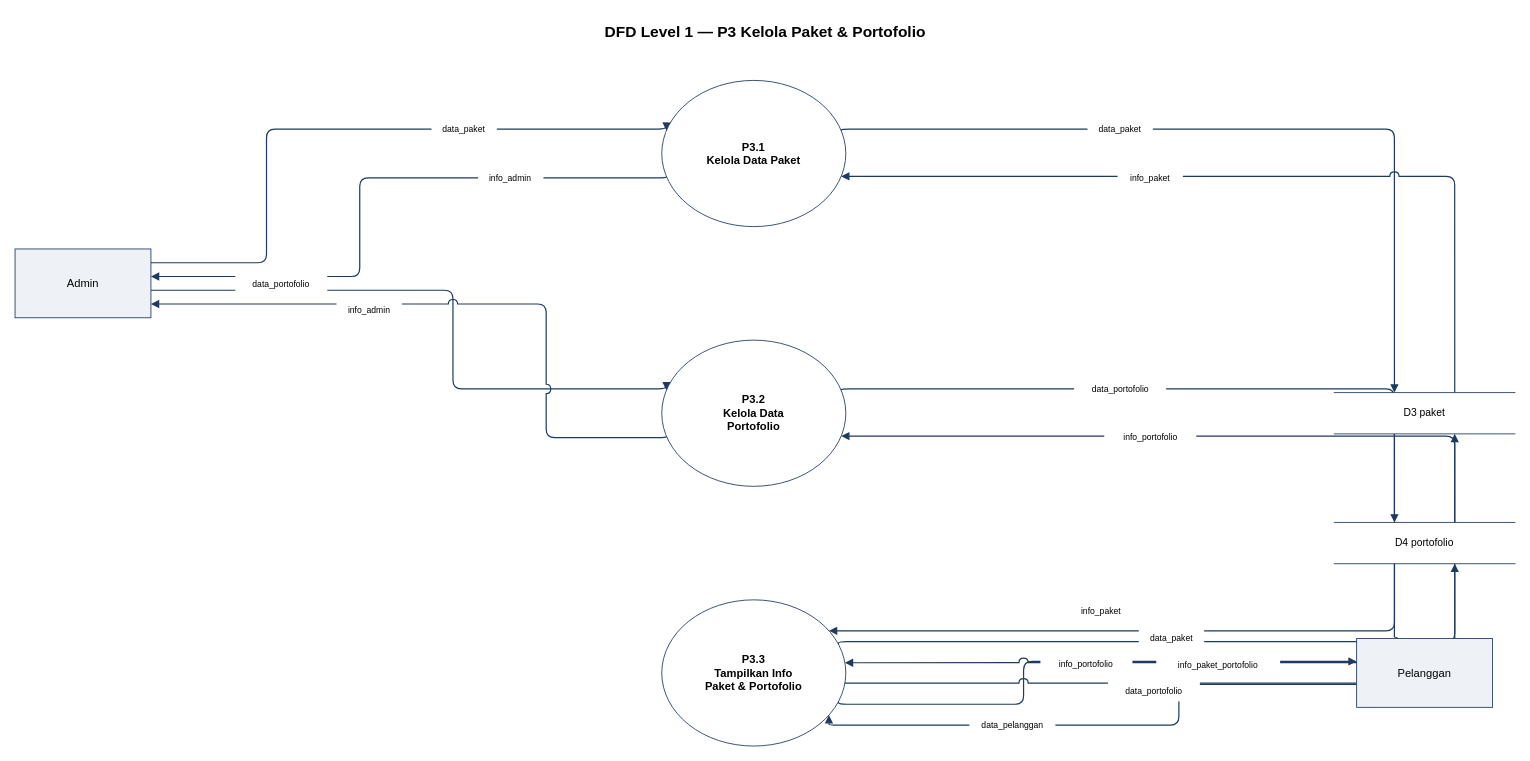
Earlier version of the draw.io diagram result/with/mellogang_dfd_level1_P3.drawio (ryuken25/diagrams). Source tidied: cells renumbered, new cells numbered last; positions are measured from the earlier drawing's top-left corner, leaving out a move shared by most shapes. Both pictures are drawn from the tidied source at 86%, with x=0, y=0 at pixel (15, 15).
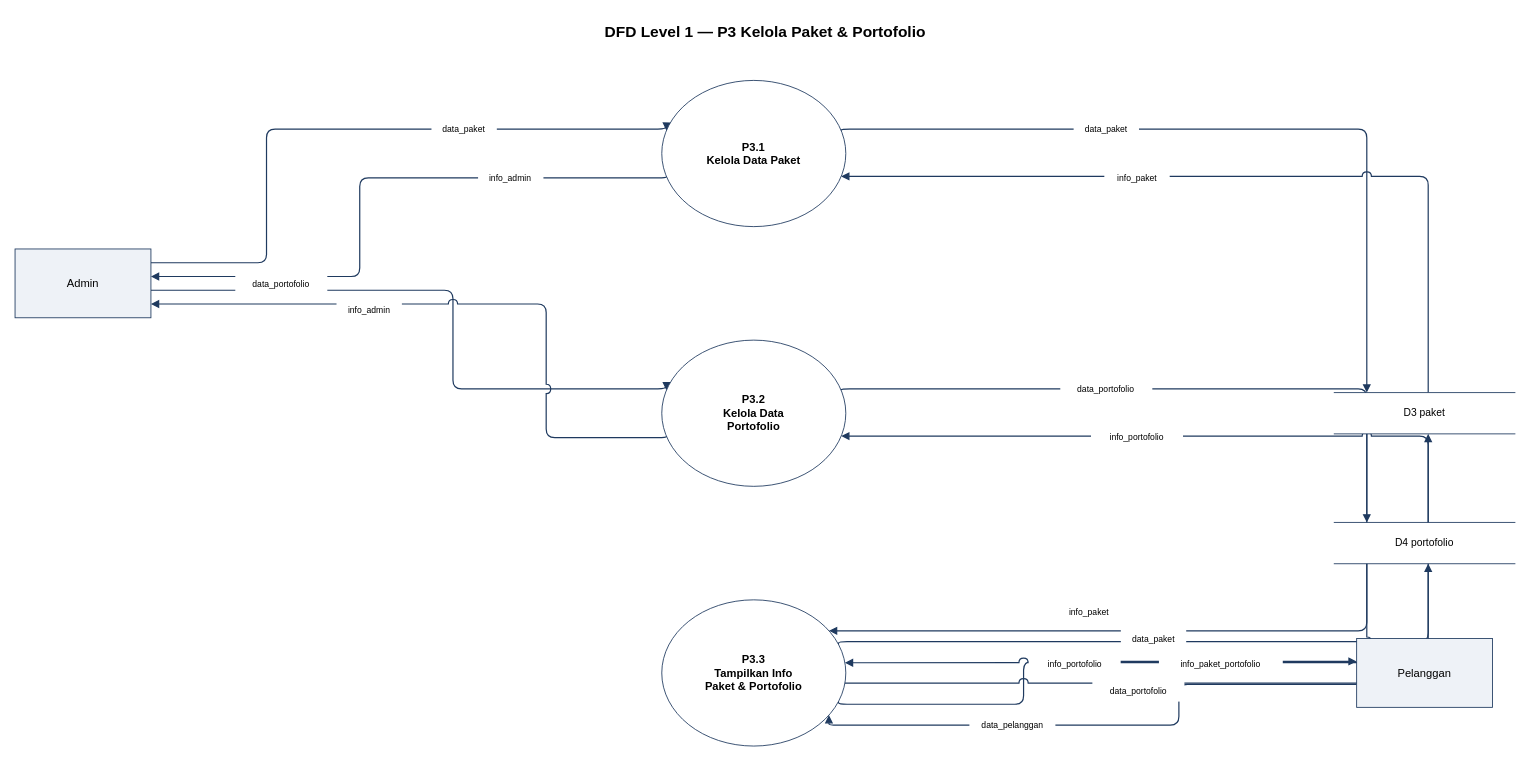
Above is the later version.

The change refers to these unchanged cells:
```xml
<mxCell id="16" value="P3.1&#10;Kelola Data Paket" style="ellipse;whiteSpace=wrap;html=1;fillColor=#FFFFFF;strokeColor=#1F3A5F;fontSize=13;fontStyle=1;verticalAlign=middle;" parent="1" vertex="1">
  <mxGeometry x="752" y="76" width="214" height="170" as="geometry" />
</mxCell>
<mxCell id="17" value="P3.2&#10;Kelola Data&#10;Portofolio" style="ellipse;whiteSpace=wrap;html=1;fillColor=#FFFFFF;strokeColor=#1F3A5F;fontSize=13;fontStyle=1;verticalAlign=middle;" parent="1" vertex="1">
  <mxGeometry x="752" y="378" width="214" height="170" as="geometry" />
</mxCell>
<mxCell id="18" value="P3.3&#10;Tampilkan Info&#10;Paket &amp; Portofolio" style="ellipse;whiteSpace=wrap;html=1;fillColor=#FFFFFF;strokeColor=#1F3A5F;fontSize=13;fontStyle=1;verticalAlign=middle;" parent="1" vertex="1">
  <mxGeometry x="752" y="680" width="214" height="170" as="geometry" />
</mxCell>
<mxCell id="21" value="D3  paket" style="shape=partialRectangle;top=1;bottom=1;left=0;right=0;whiteSpace=wrap;html=1;fillColor=#FFFFFF;strokeColor=#1F3A5F;fontSize=12;align=center;" parent="1" vertex="1">
  <mxGeometry x="1534" y="439" width="210" height="48" as="geometry" />
</mxCell>
<mxCell id="22" value="D4  portofolio" style="shape=partialRectangle;top=1;bottom=1;left=0;right=0;whiteSpace=wrap;html=1;fillColor=#FFFFFF;strokeColor=#1F3A5F;fontSize=12;align=center;" parent="1" vertex="1">
  <mxGeometry x="1534" y="590" width="210" height="48" as="geometry" />
</mxCell>
```

Diff of the diagram source:
```diff
@@
-    <mxCell id="8" style="html=1;rounded=1;strokeColor=#1F3A5F;strokeWidth=1.4;endArrow=block;startArrow=none;jumpStyle=arc;jumpSize=10;edgeStyle=orthogonalEdgeStyle;exitX=1.000;exitY=0.333;entryX=0.333;entryY=0.000;exitDx=0;exitDy=0;entryDx=0;entryDy=0;" parent="1" edge="1" source="16" target="21">
+    <mxCell id="8" style="html=1;rounded=1;strokeColor=#1F3A5F;strokeWidth=1.4;endArrow=block;startArrow=none;jumpStyle=arc;jumpSize=10;edgeStyle=orthogonalEdgeStyle;exitX=1.000;exitY=0.333;entryX=0.180;entryY=0.000;exitDx=0;exitDy=0;entryDx=0;entryDy=0;" parent="1" edge="1" source="16" target="21">
       <mxGeometry relative="1" as="geometry">
         <Array as="points">
-          <mxPoint x="1604" y="132.7" />
-          <mxPoint x="1604" y="439" />
+          <mxPoint x="1571.8" y="132.7" />
+          <mxPoint x="1571.8" y="439" />
         </Array>
       </mxGeometry>
     </mxCell>
-    <mxCell id="9" style="html=1;rounded=1;strokeColor=#1F3A5F;strokeWidth=1.4;endArrow=block;startArrow=none;jumpStyle=arc;jumpSize=10;edgeStyle=orthogonalEdgeStyle;exitX=0.667;exitY=0.000;entryX=1.000;entryY=0.667;exitDx=0;exitDy=0;entryDx=0;entryDy=0;" parent="1" edge="1" source="21" target="16">
+    <mxCell id="9" style="html=1;rounded=1;strokeColor=#1F3A5F;strokeWidth=1.4;endArrow=block;startArrow=none;jumpStyle=arc;jumpSize=10;edgeStyle=orthogonalEdgeStyle;exitX=0.520;exitY=0.000;entryX=1.000;entryY=0.667;exitDx=0;exitDy=0;entryDx=0;entryDy=0;" parent="1" edge="1" source="21" target="16">
       <mxGeometry relative="1" as="geometry">
         <Array as="points">
-          <mxPoint x="1674" y="439" />
-          <mxPoint x="1674" y="189.3" />
+          <mxPoint x="1643.2" y="439" />
+          <mxPoint x="1643.2" y="189.3" />
         </Array>
       </mxGeometry>
     </mxCell>
-    <mxCell id="10" style="html=1;rounded=1;strokeColor=#1F3A5F;strokeWidth=1.4;endArrow=block;startArrow=none;jumpStyle=arc;jumpSize=10;edgeStyle=orthogonalEdgeStyle;exitX=0.333;exitY=1.000;entryX=1.000;entryY=0.143;exitDx=0;exitDy=0;entryDx=0;entryDy=0;" parent="1" edge="1" source="21" target="18">
+    <mxCell id="10" style="html=1;rounded=1;strokeColor=#1F3A5F;strokeWidth=1.4;endArrow=block;startArrow=none;jumpStyle=arc;jumpSize=10;edgeStyle=orthogonalEdgeStyle;exitX=0.180;exitY=1.000;entryX=1.000;entryY=0.143;exitDx=0;exitDy=0;entryDx=0;entryDy=0;" parent="1" edge="1" source="21" target="18">
       <mxGeometry relative="1" as="geometry">
         <Array as="points">
-          <mxPoint x="1604" y="487" />
-          <mxPoint x="1604" y="704.3" />
+          <mxPoint x="1571.8" y="487" />
+          <mxPoint x="1571.8" y="704.3" />
         </Array>
       </mxGeometry>
     </mxCell>
-    <mxCell id="11" style="html=1;rounded=1;strokeColor=#1F3A5F;strokeWidth=1.4;endArrow=block;startArrow=none;jumpStyle=arc;jumpSize=10;edgeStyle=orthogonalEdgeStyle;exitX=1.000;exitY=0.286;entryX=0.667;entryY=1.000;exitDx=0;exitDy=0;entryDx=0;entryDy=0;" parent="1" edge="1" source="18" target="21">
+    <mxCell id="11" style="html=1;rounded=1;strokeColor=#1F3A5F;strokeWidth=1.4;endArrow=block;startArrow=none;jumpStyle=arc;jumpSize=10;edgeStyle=orthogonalEdgeStyle;exitX=1.000;exitY=0.286;entryX=0.520;entryY=1.000;exitDx=0;exitDy=0;entryDx=0;entryDy=0;" parent="1" edge="1" source="18" target="21">
       <mxGeometry relative="1" as="geometry">
         <Array as="points">
-          <mxPoint x="1674" y="728.6" />
-          <mxPoint x="1674" y="487" />
+          <mxPoint x="1643.2" y="728.6" />
+          <mxPoint x="1643.2" y="487" />
         </Array>
       </mxGeometry>
     </mxCell>
-    <mxCell id="12" style="html=1;rounded=1;strokeColor=#1F3A5F;strokeWidth=1.4;endArrow=block;startArrow=none;jumpStyle=arc;jumpSize=10;edgeStyle=orthogonalEdgeStyle;exitX=1.000;exitY=0.333;entryX=0.333;entryY=0.000;exitDx=0;exitDy=0;entryDx=0;entryDy=0;" parent="1" edge="1" source="17" target="22">
+    <mxCell id="12" style="html=1;rounded=1;strokeColor=#1F3A5F;strokeWidth=1.4;endArrow=block;startArrow=none;jumpStyle=arc;jumpSize=10;edgeStyle=orthogonalEdgeStyle;exitX=1.000;exitY=0.333;entryX=0.180;entryY=0.000;exitDx=0;exitDy=0;entryDx=0;entryDy=0;" parent="1" edge="1" source="17" target="22">
       <mxGeometry relative="1" as="geometry">
         <Array as="points">
-          <mxPoint x="1604" y="434.7" />
-          <mxPoint x="1604" y="590" />
+          <mxPoint x="1571.8" y="434.7" />
+          <mxPoint x="1571.8" y="590" />
         </Array>
       </mxGeometry>
     </mxCell>
-    <mxCell id="13" style="html=1;rounded=1;strokeColor=#1F3A5F;strokeWidth=1.4;endArrow=block;startArrow=none;jumpStyle=arc;jumpSize=10;edgeStyle=orthogonalEdgeStyle;exitX=0.667;exitY=0.000;entryX=1.000;entryY=0.667;exitDx=0;exitDy=0;entryDx=0;entryDy=0;" parent="1" edge="1" source="22" target="17">
+    <mxCell id="13" style="html=1;rounded=1;strokeColor=#1F3A5F;strokeWidth=1.4;endArrow=block;startArrow=none;jumpStyle=arc;jumpSize=10;edgeStyle=orthogonalEdgeStyle;exitX=0.520;exitY=0.000;entryX=1.000;entryY=0.667;exitDx=0;exitDy=0;entryDx=0;entryDy=0;" parent="1" edge="1" source="22" target="17">
       <mxGeometry relative="1" as="geometry">
         <Array as="points">
-          <mxPoint x="1674" y="590" />
-          <mxPoint x="1674" y="491.3" />
+          <mxPoint x="1643.2" y="590" />
+          <mxPoint x="1643.2" y="491.3" />
         </Array>
       </mxGeometry>
     </mxCell>
-    <mxCell id="14" style="html=1;rounded=1;strokeColor=#1F3A5F;strokeWidth=1.4;endArrow=block;startArrow=none;jumpStyle=arc;jumpSize=10;edgeStyle=orthogonalEdgeStyle;exitX=0.333;exitY=1.000;entryX=1.000;entryY=0.429;exitDx=0;exitDy=0;entryDx=0;entryDy=0;" parent="1" edge="1" source="22" target="18">
+    <mxCell id="14" style="html=1;rounded=1;strokeColor=#1F3A5F;strokeWidth=1.4;endArrow=block;startArrow=none;jumpStyle=arc;jumpSize=10;edgeStyle=orthogonalEdgeStyle;exitX=0.180;exitY=1.000;entryX=1.000;entryY=0.429;exitDx=0;exitDy=0;entryDx=0;entryDy=0;" parent="1" edge="1" source="22" target="18">
       <mxGeometry relative="1" as="geometry">
         <Array as="points">
-          <mxPoint x="1604" y="638" />
-          <mxPoint x="1604" y="752.9" />
+          <mxPoint x="1571.8" y="638" />
+          <mxPoint x="1571.8" y="752.9" />
         </Array>
       </mxGeometry>
     </mxCell>
-    <mxCell id="15" style="html=1;rounded=1;strokeColor=#1F3A5F;strokeWidth=1.4;endArrow=block;startArrow=none;jumpStyle=arc;jumpSize=10;edgeStyle=orthogonalEdgeStyle;exitX=1.000;exitY=0.571;entryX=0.667;entryY=1.000;exitDx=0;exitDy=0;entryDx=0;entryDy=0;" parent="1" edge="1" source="18" target="22">
+    <mxCell id="15" style="html=1;rounded=1;strokeColor=#1F3A5F;strokeWidth=1.4;endArrow=block;startArrow=none;jumpStyle=arc;jumpSize=10;edgeStyle=orthogonalEdgeStyle;exitX=1.000;exitY=0.571;entryX=0.520;entryY=1.000;exitDx=0;exitDy=0;entryDx=0;entryDy=0;" parent="1" edge="1" source="18" target="22">
       <mxGeometry relative="1" as="geometry">
         <Array as="points">
-          <mxPoint x="1674" y="777.1" />
-          <mxPoint x="1674" y="638" />
+          <mxPoint x="1643.2" y="777.1" />
+          <mxPoint x="1643.2" y="638" />
         </Array>
       </mxGeometry>
     </mxCell>
@@
     <mxCell id="27" value="info_paket_portofolio" style="text;html=1;align=center;verticalAlign=middle;fontSize=10;rounded=0;fillColor=#FFFFFF;strokeColor=none;whiteSpace=wrap;spacing=2;" parent="1" vertex="1">
-      <mxGeometry x="1327" y="744" width="144" height="24" as="geometry" />
+      <mxGeometry x="1330.1" y="743" width="144" height="24" as="geometry" />
     </mxCell>
@@
     <mxCell id="29" value="data_paket" style="text;html=1;align=center;verticalAlign=middle;fontSize=10;rounded=0;fillColor=#FFFFFF;strokeColor=none;whiteSpace=wrap;spacing=2;" parent="1" vertex="1">
-      <mxGeometry x="1247" y="120.6" width="76" height="24" as="geometry" />
+      <mxGeometry x="1230.9" y="120.6" width="76" height="24" as="geometry" />
     </mxCell>
     <mxCell id="30" value="info_paket" style="text;html=1;align=center;verticalAlign=middle;fontSize=10;rounded=0;fillColor=#FFFFFF;strokeColor=none;whiteSpace=wrap;spacing=2;" parent="1" vertex="1">
-      <mxGeometry x="1282" y="177.3" width="76" height="24" as="geometry" />
+      <mxGeometry x="1266.6" y="177.3" width="76" height="24" as="geometry" />
     </mxCell>
     <mxCell id="31" value="info_paket" style="text;html=1;align=center;verticalAlign=middle;fontSize=10;rounded=0;fillColor=#FFFFFF;strokeColor=none;whiteSpace=wrap;spacing=2;" parent="1" vertex="1">
-      <mxGeometry x="1224.8" y="681" width="76" height="24" as="geometry" />
+      <mxGeometry x="1211.2" y="681.6" width="76" height="24" as="geometry" />
     </mxCell>
     <mxCell id="32" value="data_paket" style="text;html=1;align=center;verticalAlign=middle;fontSize=10;rounded=0;fillColor=#FFFFFF;strokeColor=none;whiteSpace=wrap;spacing=2;" parent="1" vertex="1">
-      <mxGeometry x="1306.7" y="712.4" width="76" height="24" as="geometry" />
+      <mxGeometry x="1285.8" y="712.8" width="76" height="24" as="geometry" />
     </mxCell>
     <mxCell id="33" value="data_portofolio" style="text;html=1;align=center;verticalAlign=middle;fontSize=10;rounded=0;fillColor=#FFFFFF;strokeColor=none;whiteSpace=wrap;spacing=2;" parent="1" vertex="1">
-      <mxGeometry x="1231.5" y="422.6" width="107" height="24" as="geometry" />
+      <mxGeometry x="1215.4" y="422.6" width="107" height="24" as="geometry" />
     </mxCell>
     <mxCell id="34" value="info_portofolio" style="text;html=1;align=center;verticalAlign=middle;fontSize=10;rounded=0;fillColor=#FFFFFF;strokeColor=none;whiteSpace=wrap;spacing=2;" parent="1" vertex="1">
-      <mxGeometry x="1266.5" y="479.3" width="107" height="24" as="geometry" />
+      <mxGeometry x="1251.1" y="479.3" width="107" height="24" as="geometry" />
     </mxCell>
     <mxCell id="35" value="info_portofolio" style="text;html=1;align=center;verticalAlign=middle;fontSize=10;rounded=0;fillColor=#FFFFFF;strokeColor=none;whiteSpace=wrap;spacing=2;" parent="1" vertex="1">
-      <mxGeometry x="1192.3" y="743" width="107" height="24" as="geometry" />
+      <mxGeometry x="1178.6" y="742.9" width="107" height="24" as="geometry" />
     </mxCell>
     <mxCell id="36" value="data_portofolio" style="text;html=1;align=center;verticalAlign=middle;fontSize=10;rounded=0;fillColor=#FFFFFF;strokeColor=none;whiteSpace=wrap;spacing=2;" parent="1" vertex="1">
-      <mxGeometry x="1270.7" y="774.1" width="107" height="24" as="geometry" />
+      <mxGeometry x="1252.7" y="774.3" width="107" height="24" as="geometry" />
     </mxCell>
```
